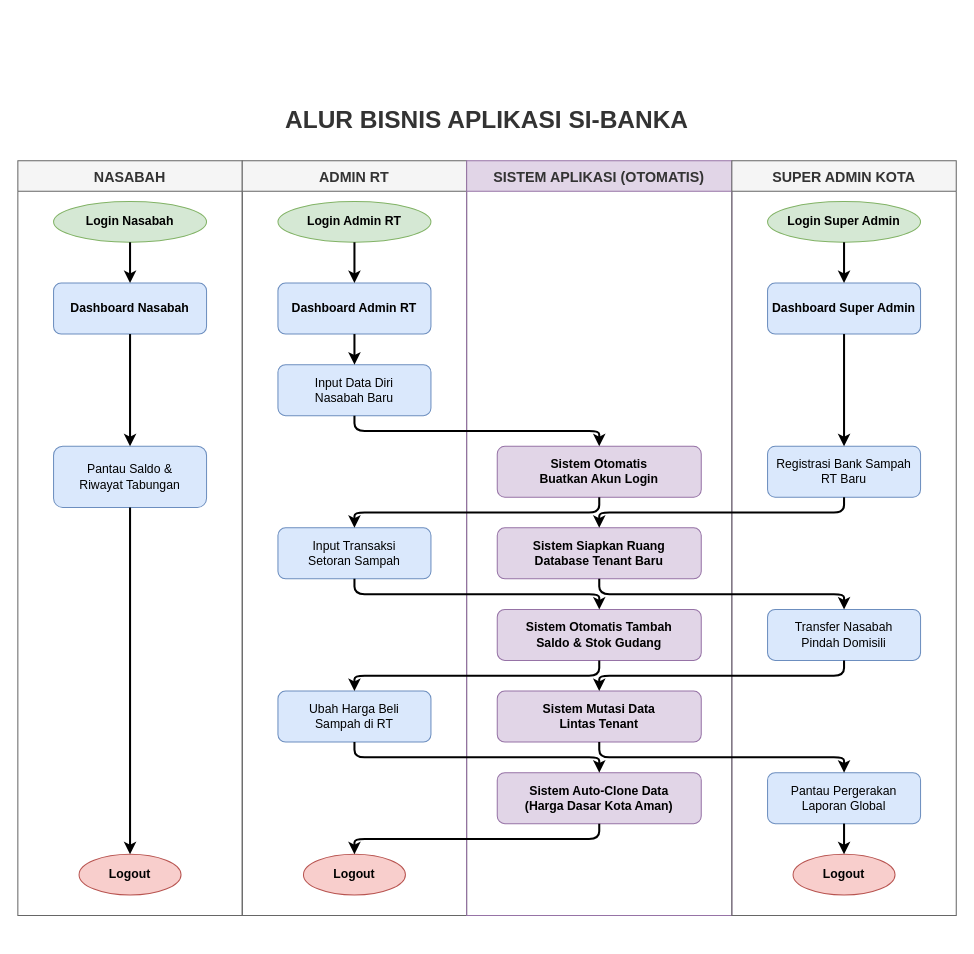
This is si-banka-app-final/docs/swimlane/09_presentasi_high_level.drawio from GUSTIAN-VICKY/SI-BANKA, a draw.io file, before an edit. Source tidied: cells renumbered, new cells numbered last; positions are measured from the earlier drawing's top-left corner, leaving out a move shared by most shapes. Both pictures are drawn from the tidied source at 102%, with x=0, y=0 at pixel (17, 99).
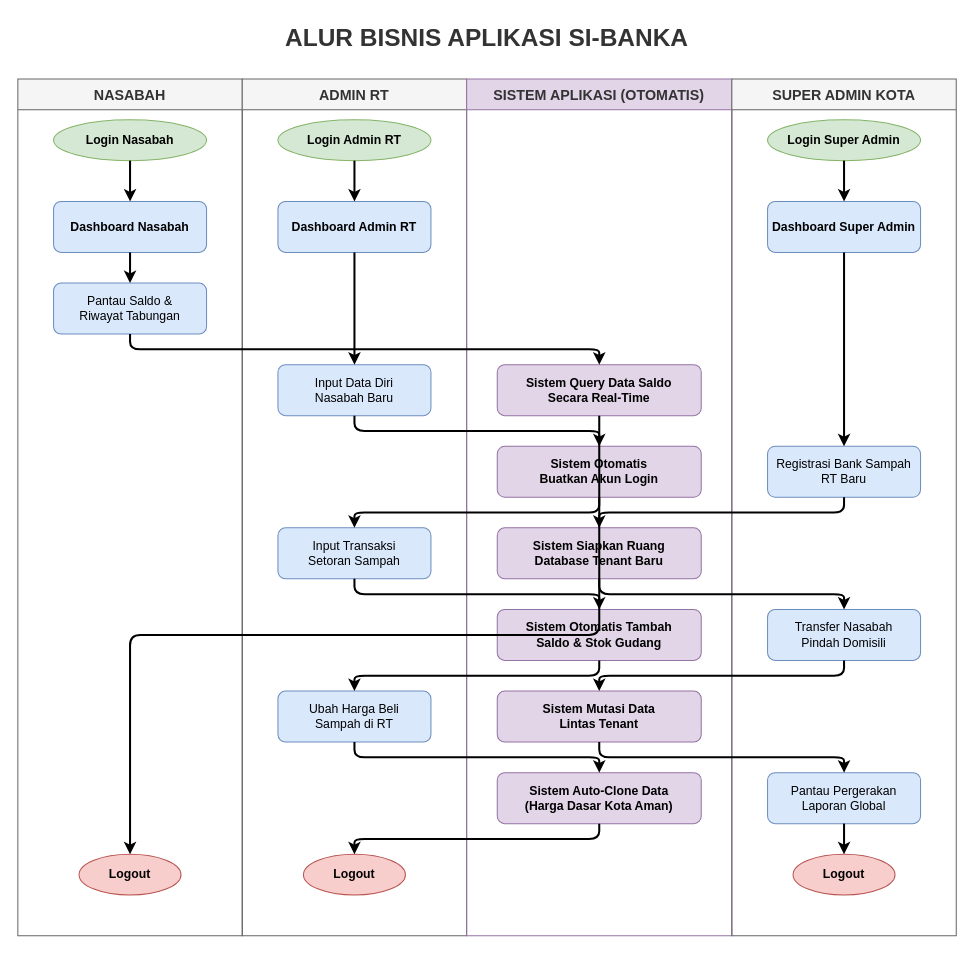
The same diagram, later.

Commit message:
docs: tambah node interaksi sistem untuk nasabah agar flow lengkap

Unchanged cells that the change refers to:
```xml
<mxCell id="25" value="Logout" style="ellipse;whiteSpace=wrap;html=1;fillColor=#f8cecc;strokeColor=#b85450;fontStyle=1;fontColor=#000000;" parent="1" vertex="1">
  <mxGeometry x="60" y="740" width="100" height="40" as="geometry" />
</mxCell>
```

Diff of the diagram source:
```diff
@@
     <mxCell id="2" value="&lt;font style=&quot;font-size: 24px;&quot;&gt;&lt;b&gt;ALUR BISNIS APLIKASI SI-BANKA&lt;/b&gt;&lt;/font&gt;" style="text;html=1;strokeColor=none;fillColor=none;align=center;verticalAlign=middle;whiteSpace=wrap;rounded=0;fontColor=#333333;" parent="1" vertex="1">
-      <mxGeometry width="920" height="40" as="geometry" />
+      <mxGeometry y="-80" width="920" height="40" as="geometry" />
     </mxCell>
     <mxCell id="3" value="NASABAH" style="swimlane;startSize=30;horizontal=1;fillColor=#f5f5f5;strokeColor=#666666;fontStyle=1;fontSize=14;fontColor=#333333;" parent="1" vertex="1">
-      <mxGeometry y="60" width="220" height="740" as="geometry" />
+      <mxGeometry y="-20" width="220" height="840" as="geometry" />
     </mxCell>
     <mxCell id="4" value="ADMIN RT" style="swimlane;startSize=30;horizontal=1;fillColor=#f5f5f5;strokeColor=#666666;fontStyle=1;fontSize=14;fontColor=#333333;" parent="1" vertex="1">
-      <mxGeometry x="220" y="60" width="220" height="740" as="geometry" />
+      <mxGeometry x="220" y="-20" width="220" height="840" as="geometry" />
     </mxCell>
     <mxCell id="5" value="SISTEM APLIKASI (OTOMATIS)" style="swimlane;startSize=30;horizontal=1;fillColor=#e1d5e7;strokeColor=#9673a6;fontStyle=1;fontSize=14;fontColor=#333333;" parent="1" vertex="1">
-      <mxGeometry x="440" y="60" width="260" height="740" as="geometry" />
+      <mxGeometry x="440" y="-20" width="260" height="840" as="geometry" />
     </mxCell>
     <mxCell id="6" value="SUPER ADMIN KOTA" style="swimlane;startSize=30;horizontal=1;fillColor=#f5f5f5;strokeColor=#666666;fontStyle=1;fontSize=14;fontColor=#333333;" parent="1" vertex="1">
-      <mxGeometry x="700" y="60" width="220" height="740" as="geometry" />
+      <mxGeometry x="700" y="-20" width="220" height="840" as="geometry" />
     </mxCell>
     <mxCell id="7" value="Login Nasabah" style="ellipse;whiteSpace=wrap;html=1;fillColor=#d5e8d4;strokeColor=#82b366;fontStyle=1;fontSize=12;fontColor=#000000;" parent="1" vertex="1">
-      <mxGeometry x="35" y="100" width="150" height="40" as="geometry" />
+      <mxGeometry x="35" y="20" width="150" height="40" as="geometry" />
     </mxCell>
     <mxCell id="8" value="Login Admin RT" style="ellipse;whiteSpace=wrap;html=1;fillColor=#d5e8d4;strokeColor=#82b366;fontStyle=1;fontSize=12;fontColor=#000000;" parent="1" vertex="1">
-      <mxGeometry x="255" y="100" width="150" height="40" as="geometry" />
+      <mxGeometry x="255" y="20" width="150" height="40" as="geometry" />
     </mxCell>
     <mxCell id="9" value="Login Super Admin" style="ellipse;whiteSpace=wrap;html=1;fillColor=#d5e8d4;strokeColor=#82b366;fontStyle=1;fontSize=12;fontColor=#000000;" parent="1" vertex="1">
-      <mxGeometry x="735" y="100" width="150" height="40" as="geometry" />
+      <mxGeometry x="735" y="20" width="150" height="40" as="geometry" />
     </mxCell>
     <mxCell id="10" value="Dashboard Nasabah" style="rounded=1;whiteSpace=wrap;html=1;fillColor=#dae8fc;strokeColor=#6c8ebf;fontStyle=1;fontColor=#000000;" parent="1" vertex="1">
-      <mxGeometry x="35" y="180" width="150" height="50" as="geometry" />
+      <mxGeometry x="35" y="100" width="150" height="50" as="geometry" />
     </mxCell>
     <mxCell id="11" value="Dashboard Admin RT" style="rounded=1;whiteSpace=wrap;html=1;fillColor=#dae8fc;strokeColor=#6c8ebf;fontStyle=1;fontColor=#000000;" parent="1" vertex="1">
-      <mxGeometry x="255" y="180" width="150" height="50" as="geometry" />
+      <mxGeometry x="255" y="100" width="150" height="50" as="geometry" />
     </mxCell>
     <mxCell id="12" value="Dashboard Super Admin" style="rounded=1;whiteSpace=wrap;html=1;fillColor=#dae8fc;strokeColor=#6c8ebf;fontStyle=1;fontColor=#000000;" parent="1" vertex="1">
-      <mxGeometry x="735" y="180" width="150" height="50" as="geometry" />
+      <mxGeometry x="735" y="100" width="150" height="50" as="geometry" />
     </mxCell>
+    <mxCell id="14" value="Pantau Saldo &amp;&#10;Riwayat Tabungan" style="rounded=1;whiteSpace=wrap;html=1;fillColor=#dae8fc;strokeColor=#6c8ebf;fontColor=#000000;" parent="1" vertex="1">
+      <mxGeometry x="35" y="180" width="150" height="50" as="geometry" />
+    </mxCell>
+    <mxCell id="46" value="Sistem Query Data Saldo&#10;Secara Real-Time" style="rounded=1;whiteSpace=wrap;html=1;fillColor=#e1d5e7;strokeColor=#9673a6;fontStyle=1;fontColor=#000000;" parent="1" vertex="1">
+      <mxGeometry x="470" y="260" width="200" height="50" as="geometry" />
+    </mxCell>
@@
-    <mxCell id="14" value="Pantau Saldo &amp;&#10;Riwayat Tabungan" style="rounded=1;whiteSpace=wrap;html=1;fillColor=#dae8fc;strokeColor=#6c8ebf;fontColor=#000000;" parent="1" vertex="1">
-      <mxGeometry x="35" y="340" width="150" height="60" as="geometry" />
-    </mxCell>
@@
+    <mxCell id="47" style="edgeStyle=orthogonalEdgeStyle;rounded=1;strokeWidth=2;exitX=0.5;exitY=1;entryX=0.5;entryY=0;" parent="1" edge="1" source="14" target="46">
+      <mxGeometry relative="1" as="geometry" />
+    </mxCell>
-    <mxCell id="32" style="edgeStyle=orthogonalEdgeStyle;rounded=1;strokeWidth=2;exitX=0.5;exitY=1;entryX=0.5;entryY=0;" parent="1" edge="1" source="14" target="25">
+    <mxCell id="32" style="edgeStyle=orthogonalEdgeStyle;rounded=1;strokeWidth=2;exitX=0.5;exitY=1;entryX=0.5;entryY=0;" parent="1" edge="1" source="46" target="25">
       <mxGeometry relative="1" as="geometry" />
     </mxCell>
```
